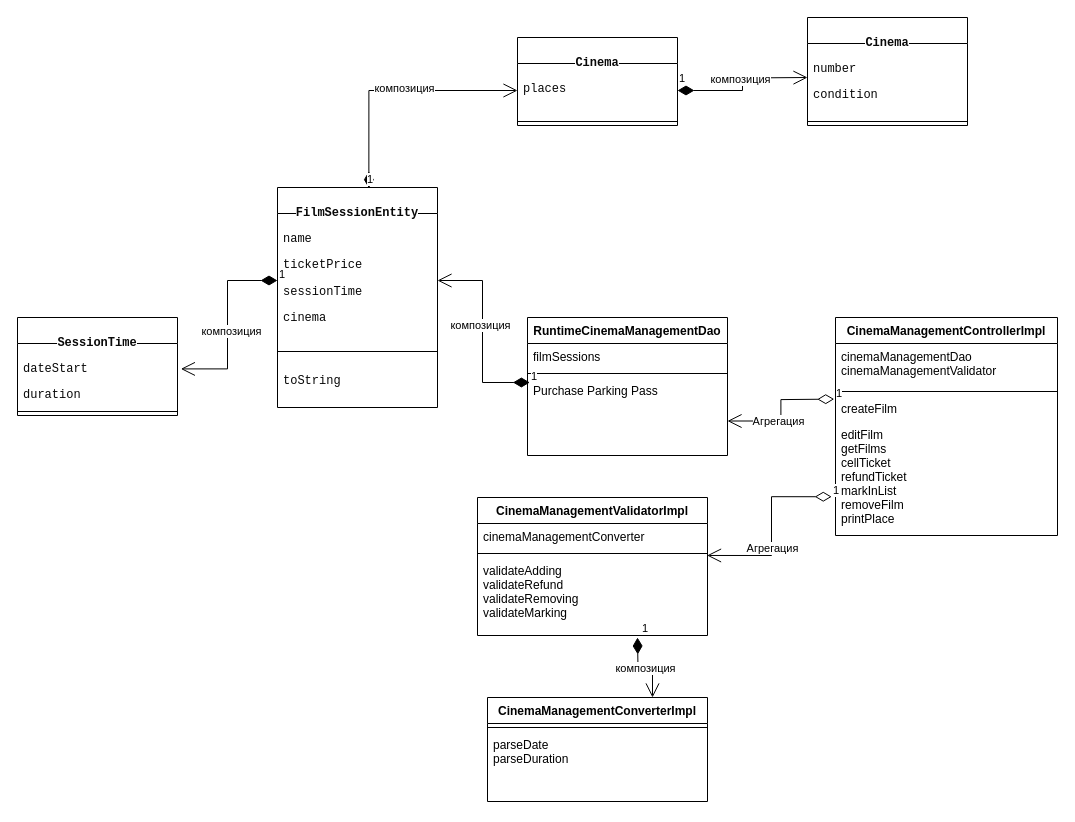
Above: class diagram.drawio in nikitaptl/works-Java-Kotlin (draw.io), before the change. Source tidied: cells renumbered, new cells numbered last; positions are measured from the earlier drawing's top-left corner, leaving out a move shared by most shapes. Both pictures are drawn from the tidied source at 100%, with x=0, y=0 at pixel (17, 17).
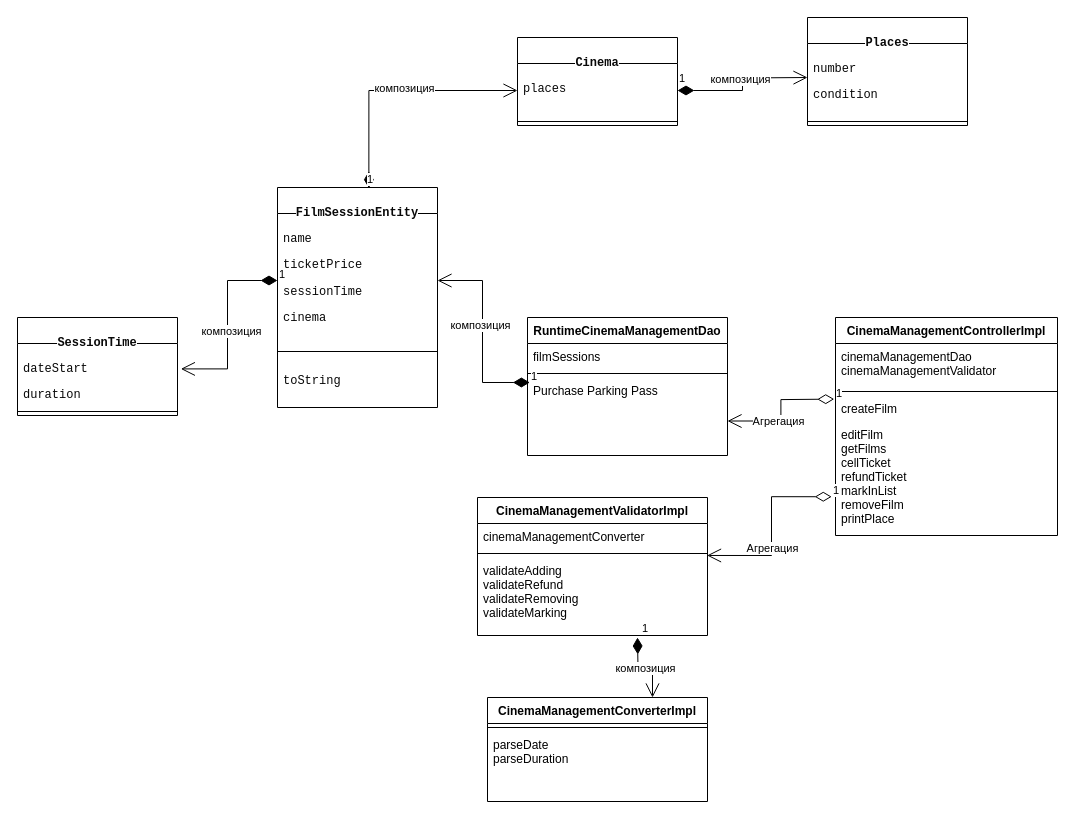
The same page after the edit.

What changed in the source:
```diff
@@
-    <mxCell id="35" value="&lt;div style=&quot;background-color:#ffffff;color:#080808&quot;&gt;&lt;pre style=&quot;font-family:'JetBrains Mono',monospace;font-size:9,8pt;&quot;&gt;&lt;div&gt;&lt;pre style=&quot;font-family:'JetBrains Mono',monospace;font-size:9,8pt;&quot;&gt;Cinema&lt;/pre&gt;&lt;/div&gt;&lt;/pre&gt;&lt;/div&gt;" style="swimlane;fontStyle=1;align=center;verticalAlign=top;horizontal=1;startSize=26;whiteSpace=wrap;html=1;" parent="1" vertex="1">
+    <mxCell id="35" value="&lt;div style=&quot;background-color:#ffffff;color:#080808&quot;&gt;&lt;pre style=&quot;font-family:'JetBrains Mono',monospace;font-size:9,8pt;&quot;&gt;&lt;div&gt;&lt;pre style=&quot;font-family:'JetBrains Mono',monospace;font-size:9,8pt;&quot;&gt;Places&lt;/pre&gt;&lt;/div&gt;&lt;/pre&gt;&lt;/div&gt;" style="swimlane;fontStyle=1;align=center;verticalAlign=top;horizontal=1;startSize=26;whiteSpace=wrap;html=1;" parent="1" vertex="1">
       <mxGeometry x="790" width="160" height="108" as="geometry" />
     </mxCell>
```
